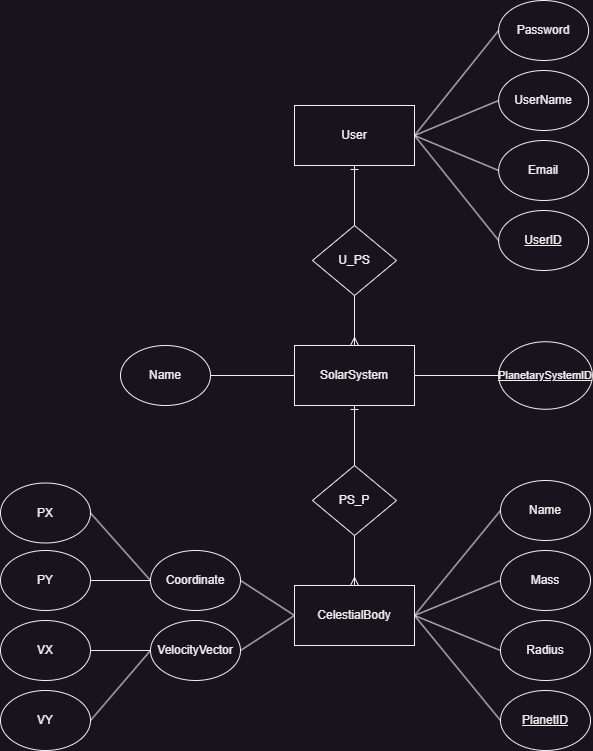
Above: docs/Database ER diagram.drawio.png in bbalage/evoPlanet (draw.io), before the change. Source tidied: cells renumbered, new cells last; positions are measured from the earlier drawing's top-left corner, leaving out a move shared by most shapes.
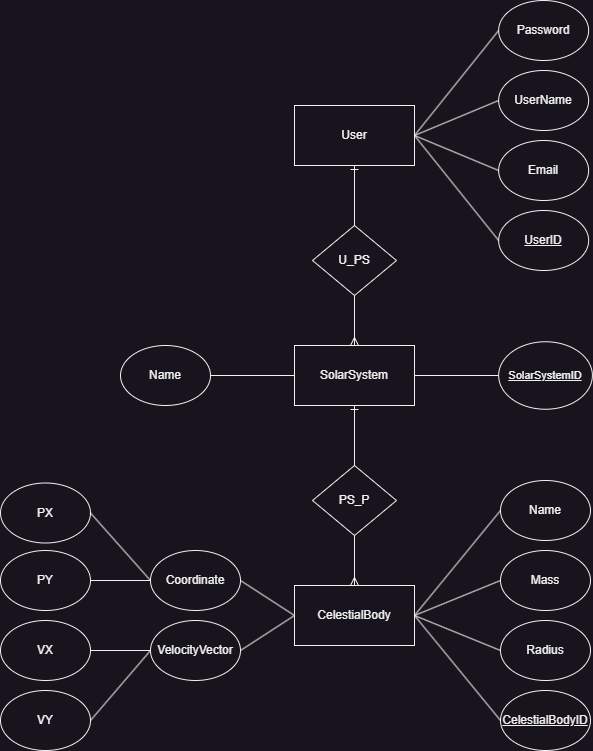
The same diagram one commit later.

Commit message:
ER diagram about database

Fixed one

What changed in the source:
```diff
@@ -77,7 +77,7 @@
     <mxCell id="26" style="endArrow=none;html=1;rounded=0;entryX=0;entryY=0.5;entryDx=0;entryDy=0;exitX=1;exitY=0.5;exitDx=0;exitDy=0;" parent="1" edge="1" source="14" target="4">
       <mxGeometry relative="1" as="geometry" />
     </mxCell>
-    <mxCell id="27" value="&lt;u&gt;PlanetID&lt;/u&gt;" style="ellipse;whiteSpace=wrap;html=1;" parent="1" vertex="1">
+    <mxCell id="27" value="&lt;u&gt;CelestialBodyID&lt;/u&gt;" style="ellipse;whiteSpace=wrap;html=1;" parent="1" vertex="1">
       <mxGeometry x="500" y="690" width="90" height="60" as="geometry" />
     </mxCell>
     <mxCell id="28" style="endArrow=none;html=1;rounded=0;entryX=0;entryY=0.5;entryDx=0;entryDy=0;exitX=1;exitY=0.5;exitDx=0;exitDy=0;" parent="1" edge="1" source="4" target="27">
@@ -101,7 +101,7 @@
     <mxCell id="34" style="fontSize=12;html=1;endArrow=ERone;endFill=1;rounded=0;entryX=0.5;entryY=1;entryDx=0;entryDy=0;exitX=0.5;exitY=0;exitDx=0;exitDy=0;" parent="1" edge="1" source="30" target="3">
       <mxGeometry relative="1" as="geometry" />
     </mxCell>
-    <mxCell id="35" value="&lt;u&gt;&lt;font style=&quot;font-size: 11px;&quot;&gt;PlanetarySystemID&lt;/font&gt;&lt;/u&gt;" style="ellipse;whiteSpace=wrap;html=1;" parent="1" vertex="1">
+    <mxCell id="35" value="&lt;u&gt;&lt;font style=&quot;font-size: 11px;&quot;&gt;SolarSystemID&lt;/font&gt;&lt;/u&gt;" style="ellipse;whiteSpace=wrap;html=1;" parent="1" vertex="1">
       <mxGeometry x="498.1" y="341.2" width="93.8" height="67.5" as="geometry" />
     </mxCell>
     <mxCell id="36" style="endArrow=none;html=1;rounded=0;entryX=0;entryY=0.5;entryDx=0;entryDy=0;exitX=1;exitY=0.5;exitDx=0;exitDy=0;" parent="1" edge="1" source="3" target="35">
```
